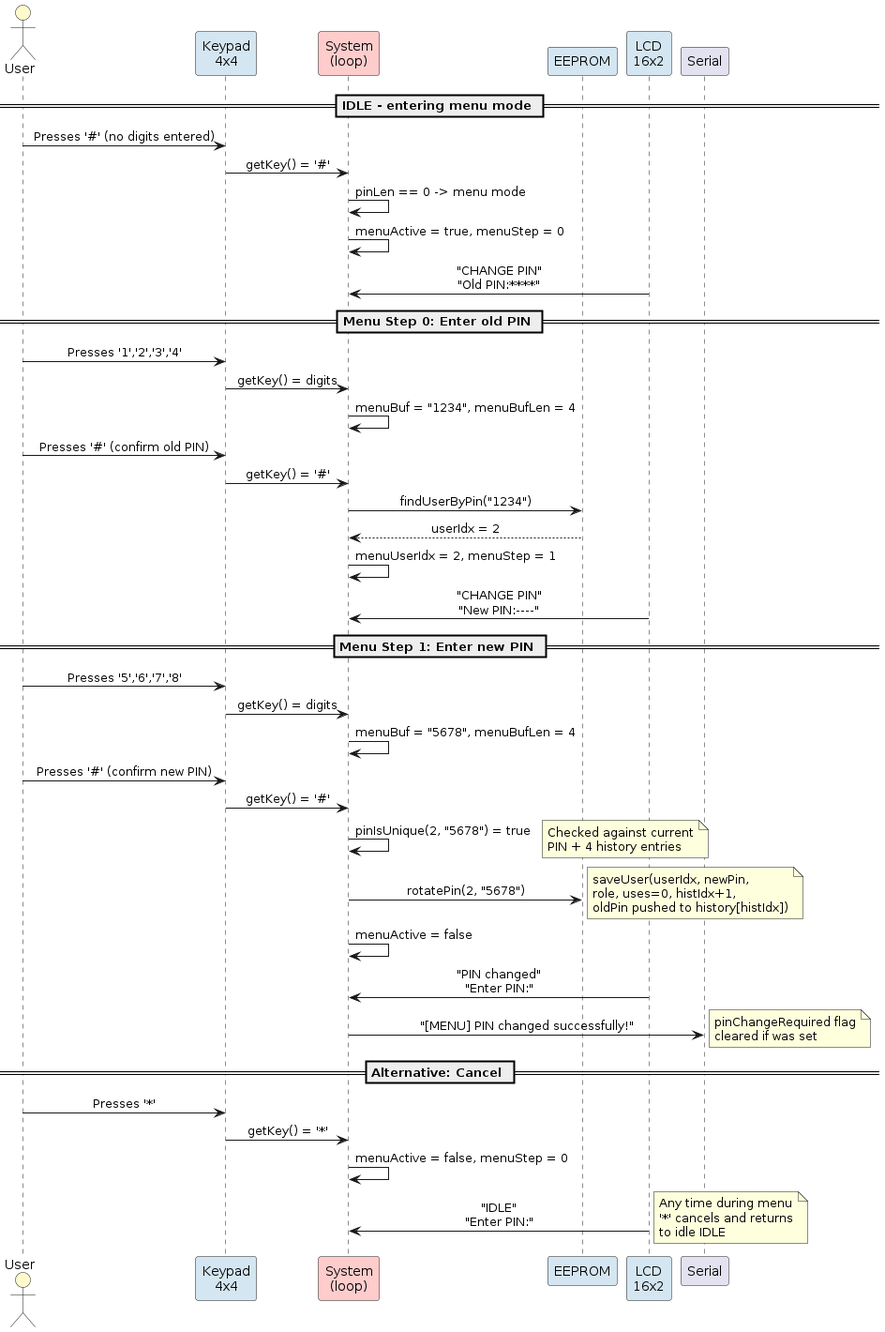
Before: docs/UML/UserConfig.png, a diagram exported from PlantUML (FernandoMulato/Final-Arduino-Project).
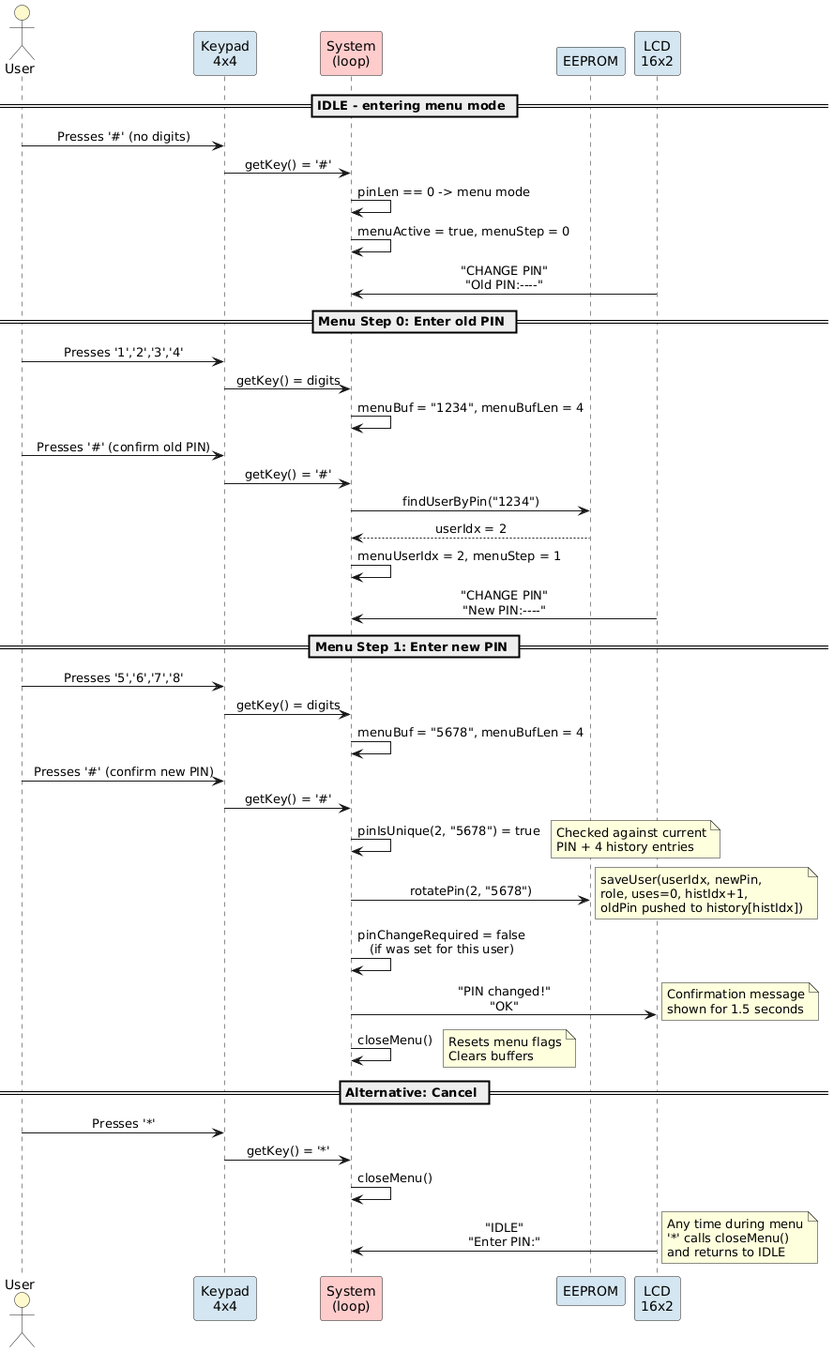
After the change.

Diff of the diagram source:
```diff
@@ -11,13 +11,13 @@
 participant "LCD\n16x2" as LCD #D4E6F1
 
 == IDLE - entering menu mode ==
-note right: State S_IDLE\nLCD: "IDLE", "Enter PIN:"
+note right: State S_IDLE\nLCD: "IDLE", "Enter PIN:"\nRGB: off
 
-USR -> KPD: Presses '#' (no digits entered)
+USR -> KPD: Presses '#' (no digits)
 KPD -> SYS: getKey() = '#'
 SYS -> SYS: pinLen == 0 -> menu mode
 SYS -> SYS: menuActive = true, menuStep = 0
-LCD -> SYS: "CHANGE PIN"\n"Old PIN:****"
+LCD -> SYS: "CHANGE PIN"\n"Old PIN:----"
 
 == Menu Step 0: Enter old PIN ==
 USR -> KPD: Presses '1','2','3','4'
@@ -42,16 +42,17 @@
 note right: Checked against current\nPIN + 4 history entries
 SYS -> EEP: rotatePin(2, "5678")
 note right: saveUser(userIdx, newPin,\nrole, uses=0, histIdx+1,\noldPin pushed to history[histIdx])
-SYS -> SYS: menuActive = false
-LCD -> SYS: "PIN changed"\n"Enter PIN:"
-SYS -> Serial: "[MENU] PIN changed successfully!"
-note right: pinChangeRequired flag\ncleared if was set
+SYS -> SYS: pinChangeRequired = false\n(if was set for this user)
+SYS -> LCD: "PIN changed!"\n"OK"
+note right: Confirmation message\nshown for 1.5 seconds
+SYS -> SYS: closeMenu()
+note right: Resets menu flags\nClears buffers
 
 == Alternative: Cancel ==
 USR -> KPD: Presses '*'
 KPD -> SYS: getKey() = '*'
-SYS -> SYS: menuActive = false, menuStep = 0
+SYS -> SYS: closeMenu()
 LCD -> SYS: "IDLE"\n"Enter PIN:"
-note right: Any time during menu\n'*' cancels and returns\nto idle IDLE
+note right: Any time during menu\n'*' calls closeMenu()\nand returns to IDLE
 
 @enduml
```
